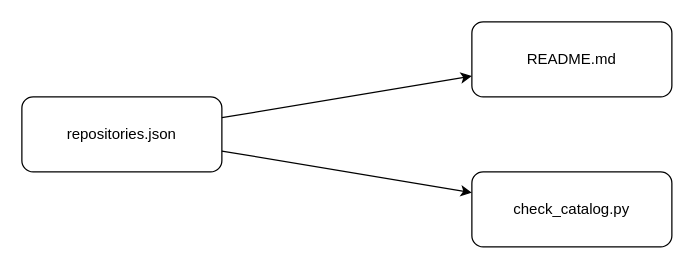
casonk/portfolio-manual keeps this draw.io diagram as docs/diagrams/repo-architecture.drawio. Above is the earlier version. Source tidied: cells renumbered, new cells numbered last; positions are measured from the earlier drawing's top-left corner, leaving out a move shared by most shapes. Both pictures are drawn from the tidied source at 125%, with x=0, y=0 at pixel (21, 21).
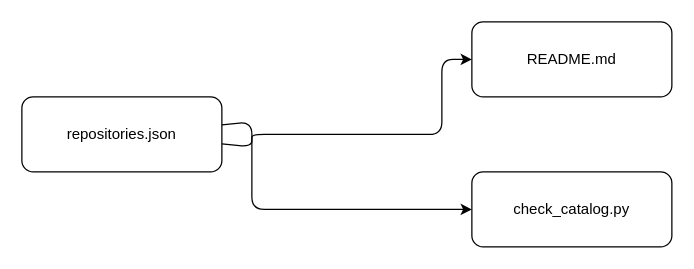
Above is the later version.

Commit message (it also covers changes not shown here):
docs: refresh architecture diagrams (#6)

Diff of the diagram source:
```diff
@@
 <mxGraphModel>
   <root>
     <mxCell id="0" />
     <mxCell id="1" parent="0" />
     <mxCell id="2" value="repositories.json" style="rounded=1;whiteSpace=wrap;html=1;" parent="1" vertex="1">
       <mxGeometry y="60" width="160" height="60" as="geometry" />
     </mxCell>
     <mxCell id="3" value="README.md" style="rounded=1;whiteSpace=wrap;html=1;" parent="1" vertex="1">
       <mxGeometry x="360" width="160" height="60" as="geometry" />
     </mxCell>
     <mxCell id="4" value="check_catalog.py" style="rounded=1;whiteSpace=wrap;html=1;" parent="1" vertex="1">
       <mxGeometry x="360" y="120" width="160" height="60" as="geometry" />
     </mxCell>
-    <mxCell id="5" style="endArrow=classic;html=1;" parent="1" edge="1" source="2" target="3">
-      <mxGeometry relative="1" as="geometry" />
+    <mxCell id="5" style="endArrow=classic;html=1;jumpStyle=arc;jumpSize=10;" parent="1" edge="1" source="2" target="3">
+      <mxGeometry relative="1" as="geometry">
+        <Array as="points">
+          <mxPoint x="184" y="100" />
+          <mxPoint x="184" y="90" />
+          <mxPoint x="336" y="90" />
+          <mxPoint x="336" y="30" />
+        </Array>
+      </mxGeometry>
     </mxCell>
-    <mxCell id="6" style="endArrow=classic;html=1;" parent="1" edge="1" source="2" target="4">
-      <mxGeometry relative="1" as="geometry" />
+    <mxCell id="6" style="endArrow=classic;html=1;jumpStyle=arc;jumpSize=10;" parent="1" edge="1" source="2" target="4">
+      <mxGeometry relative="1" as="geometry">
+        <Array as="points">
+          <mxPoint x="184" y="80" />
+          <mxPoint x="184" y="150" />
+          <mxPoint x="336" y="150" />
+        </Array>
+      </mxGeometry>
     </mxCell>
   </root>
 </mxGraphModel>
```
